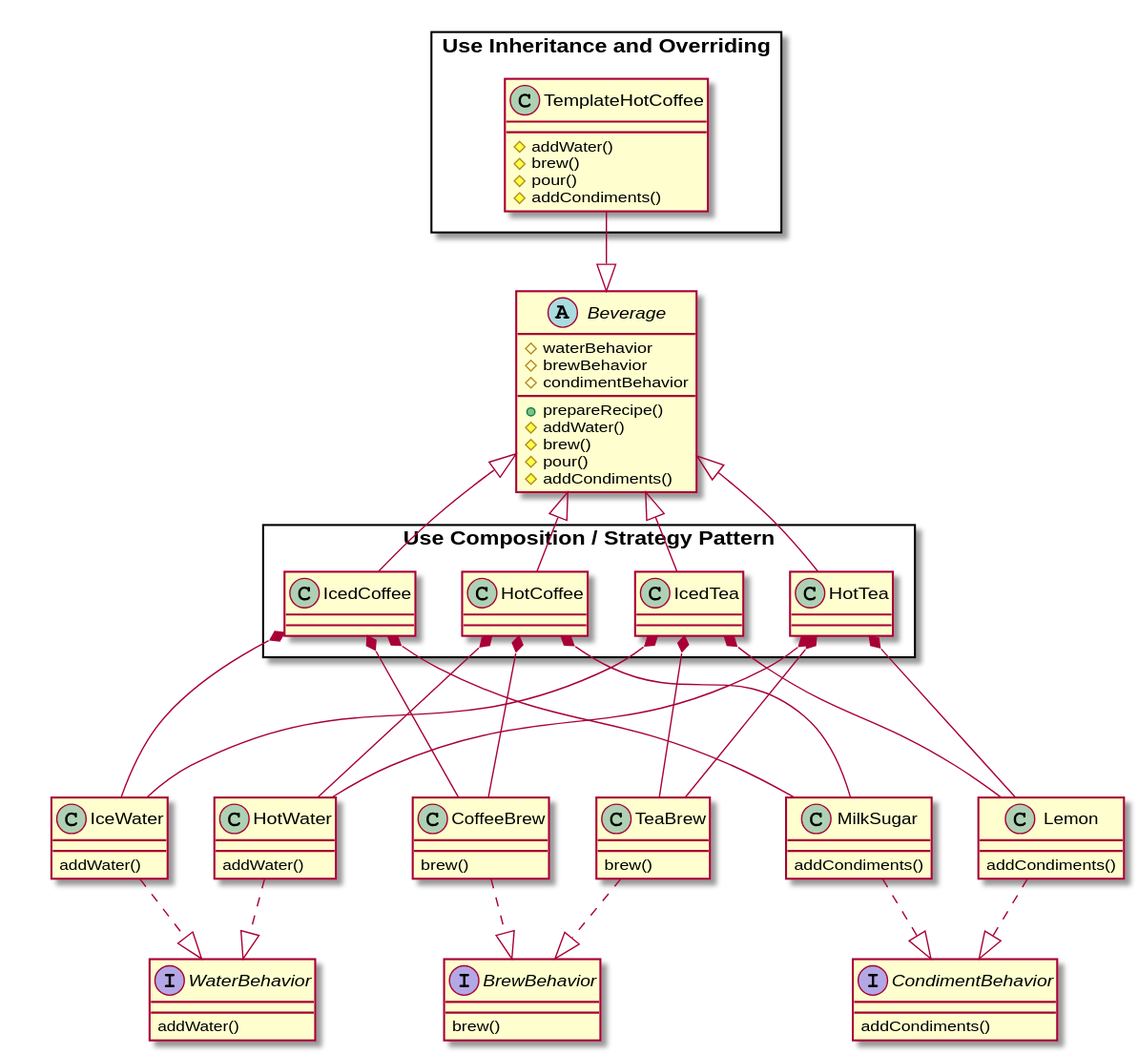
Earlier version of the PlantUML export 08_template-method_pattern/uml.svg (alesgenova/design-patterns). Its diagram source:
```plantuml
@startuml
skinparam packageStyle rectangle

Abstract Beverage{
  # waterBehavior
  # brewBehavior
  # condimentBehavior
  + prepareRecipe()
  # addWater()
  # brew()
  # pour()
  # addCondiments()
}


package "Use Composition / Strategy Pattern" {

  Class IcedCoffee{

  }

  Class HotCoffee{

  }

  Class IcedTea{

  }

  Class HotTea{

  }
}

package "Use Inheritance and Overriding" {

  Class TemplateHotCoffee{
    # addWater()
    # brew()
    # pour()
    # addCondiments()
  }
}


Interface WaterBehavior{
  addWater()
}

Interface BrewBehavior{
  brew()
}

Interface CondimentBehavior{
  addCondiments()
}



together {
  Class HotWater{
  addWater()
  }

  Class IceWater{
    addWater()
  }
}

together {
  Class CoffeeBrew{
    brew()
  }

  Class TeaBrew{
    brew()
  }
}

together {
  Class MilkSugar{
    addCondiments()
  }

  Class Lemon{
    addCondiments()
  }
}


Beverage <|-- IcedCoffee
Beverage <|-- IcedTea

Beverage <|-- HotCoffee
Beverage <|-- HotTea

HotWater ..|> WaterBehavior
IceWater ..|> WaterBehavior

CoffeeBrew ..|> BrewBehavior
TeaBrew ..|> BrewBehavior

MilkSugar ..|> CondimentBehavior
Lemon ..|> CondimentBehavior



HotTea *--- HotWater
HotTea *--- TeaBrew
HotTea *--- Lemon

HotCoffee *--- HotWater
HotCoffee *--- CoffeeBrew
HotCoffee *--- MilkSugar

IcedTea *--- IceWater
IcedTea *--- TeaBrew
IcedTea *--- Lemon

IcedCoffee *--- IceWater
IcedCoffee *--- CoffeeBrew
IcedCoffee *--- MilkSugar

TemplateHotCoffee --|> Beverage
@enduml
```
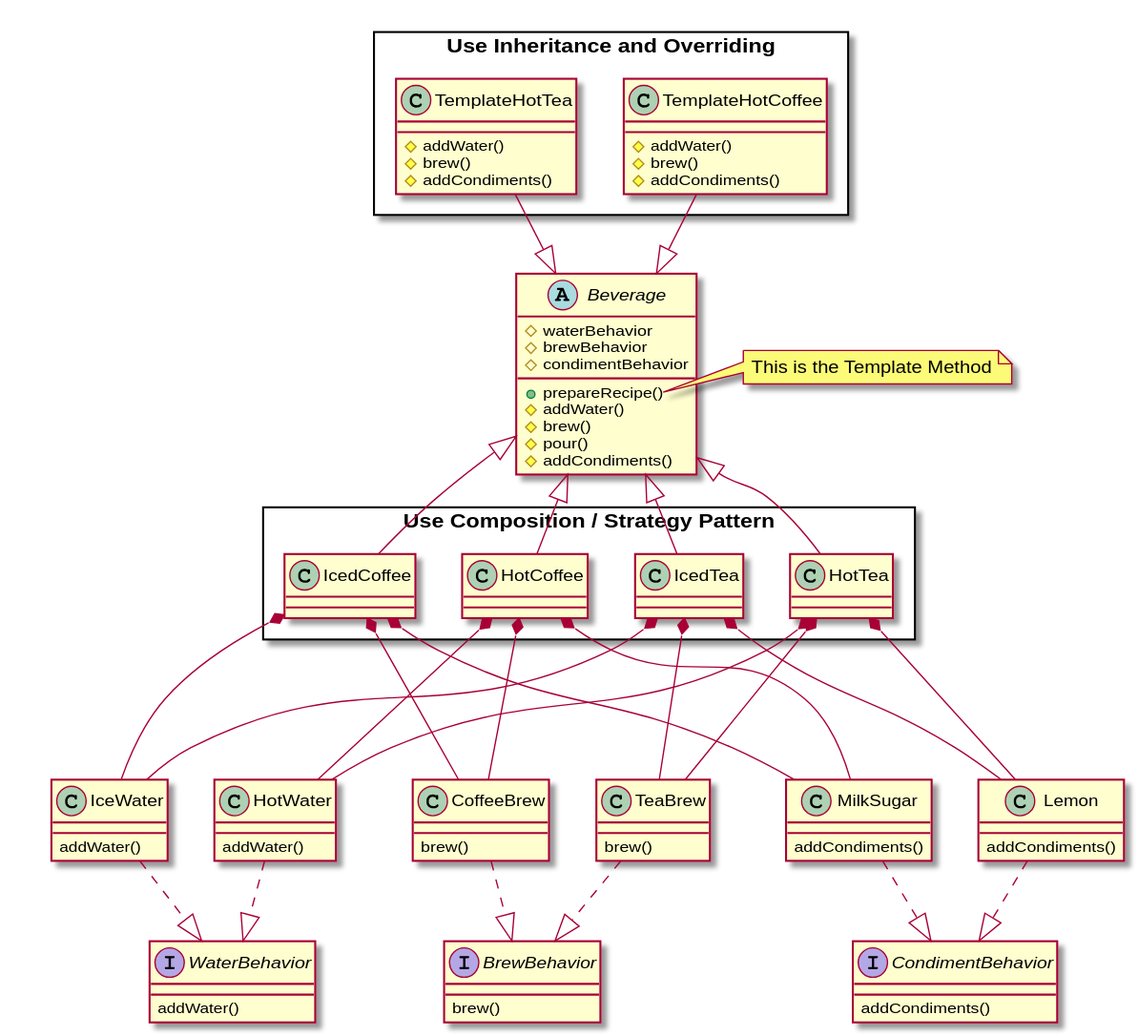
After the change.

Commit message:
finished implementing the Template Method Pattern example

What changed in the source:
```diff
@@ -11,6 +11,10 @@
   # pour()
   # addCondiments()
 }
+
+note right of Beverage::prepareRecipe
+  This is the Template Method
+end note
 
 
 package "Use Composition / Strategy Pattern" {
@@ -37,9 +41,15 @@
   Class TemplateHotCoffee{
     # addWater()
     # brew()
-    # pour()
     # addCondiments()
   }
+
+  Class TemplateHotTea{
+    # addWater()
+    # brew()
+    # addCondiments()
+  }
+
 }
 
 
@@ -122,4 +132,5 @@
 IcedCoffee *--- MilkSugar
 
 TemplateHotCoffee --|> Beverage
+TemplateHotTea --|> Beverage
 @enduml
```
